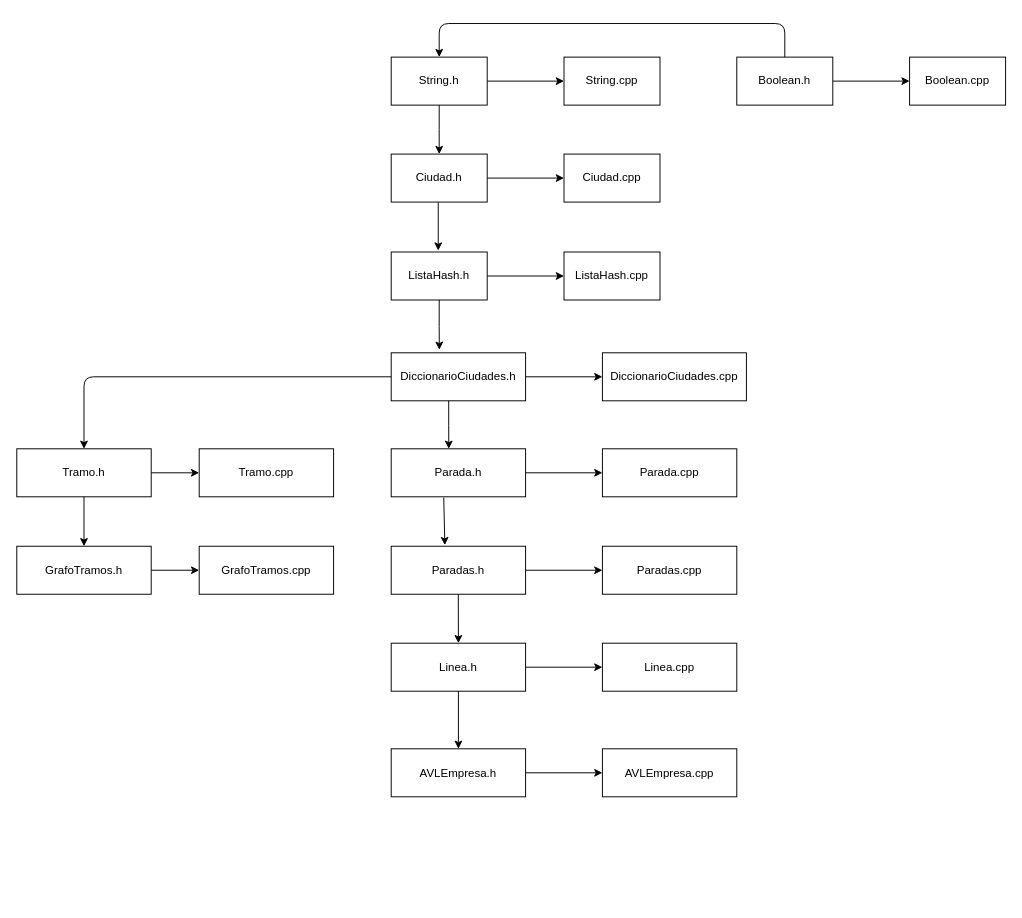
mathiaspouso18/obligatorioP3 keeps this draw.io diagram as Documentacion/Diagrama modificable.drawio. Above is the earlier version. Source tidied: cells renumbered, new cells numbered last; positions are measured from the earlier drawing's top-left corner, leaving out a move shared by most shapes. Both pictures are drawn from the tidied source at 96%, with x=0, y=0 at pixel (16, 23).
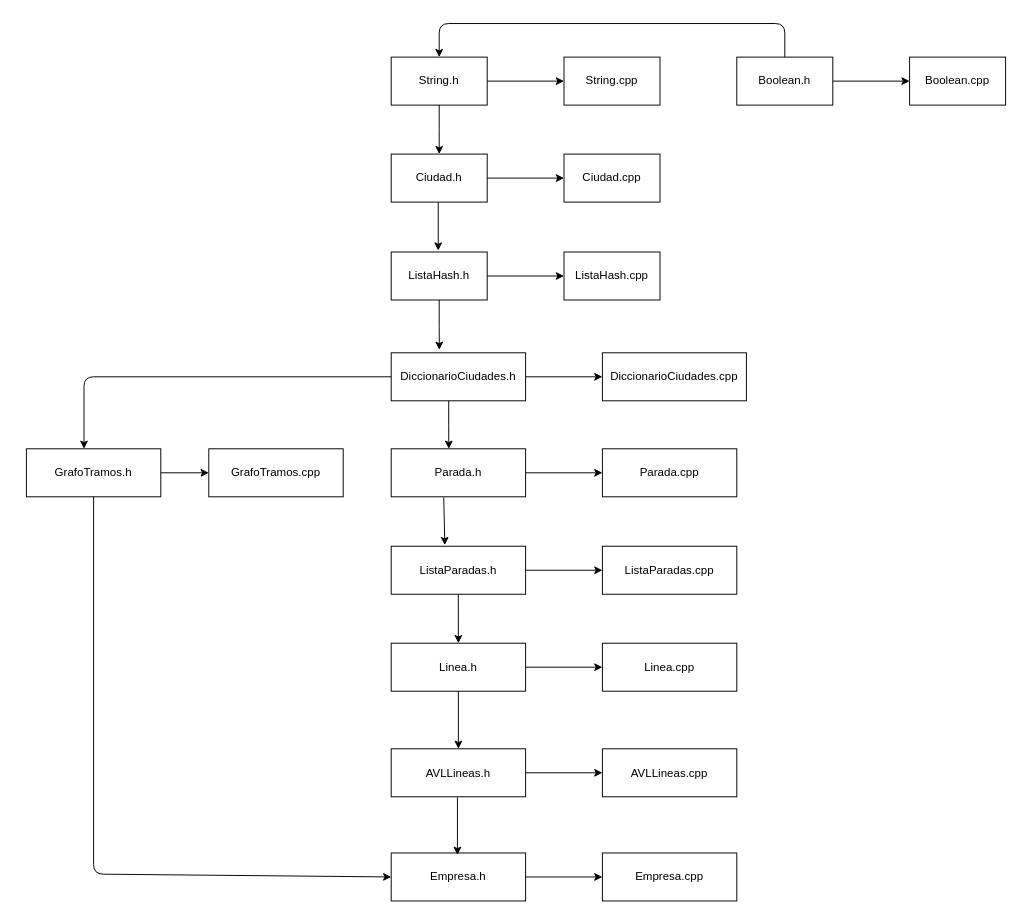
Above is the later version.

Commit message (it also covers changes not shown here):
Se modifica el diagrama

Unchanged cells that the change refers to:
```xml
<mxCell id="12" value="DiccionarioCiudades.h" style="rounded=0;whiteSpace=wrap;html=1;" parent="1" vertex="1">
  <mxGeometry x="390" y="343" width="140" height="50" as="geometry" />
</mxCell>
```

Diff of the diagram source:
```diff
@@
-    <mxCell id="18" value="Paradas.h" style="rounded=0;whiteSpace=wrap;html=1;" parent="1" vertex="1">
+    <mxCell id="18" value="ListaParadas.h" style="rounded=0;whiteSpace=wrap;html=1;" parent="1" vertex="1">
       <mxGeometry x="390" y="544.5" width="140" height="50" as="geometry" />
     </mxCell>
-    <mxCell id="19" value="Paradas.cpp" style="rounded=0;whiteSpace=wrap;html=1;" parent="1" vertex="1">
+    <mxCell id="19" value="ListaParadas.cpp" style="rounded=0;whiteSpace=wrap;html=1;" parent="1" vertex="1">
       <mxGeometry x="610" y="544.5" width="140" height="50" as="geometry" />
     </mxCell>
@@
-    <mxCell id="24" value="AVLEmpresa.h" style="rounded=0;whiteSpace=wrap;html=1;" parent="1" vertex="1">
+    <mxCell id="24" value="AVLLineas.h" style="rounded=0;whiteSpace=wrap;html=1;" parent="1" vertex="1">
       <mxGeometry x="390" y="755.5" width="140" height="50" as="geometry" />
     </mxCell>
-    <mxCell id="25" value="AVLEmpresa.cpp" style="rounded=0;whiteSpace=wrap;html=1;" parent="1" vertex="1">
+    <mxCell id="25" value="AVLLineas.cpp" style="rounded=0;whiteSpace=wrap;html=1;" parent="1" vertex="1">
       <mxGeometry x="610" y="755.5" width="140" height="50" as="geometry" />
     </mxCell>
-    <mxCell id="26" style="edgeStyle=orthogonalEdgeStyle;rounded=0;jettySize=auto;html=1;" parent="1" edge="1" source="27" target="28">
-      <mxGeometry relative="1" as="geometry" />
-    </mxCell>
-    <mxCell id="27" value="Tramo.h" style="rounded=0;whiteSpace=wrap;html=1;" parent="1" vertex="1">
-      <mxGeometry y="443" width="140" height="50" as="geometry" />
-    </mxCell>
-    <mxCell id="28" value="Tramo.cpp" style="rounded=0;whiteSpace=wrap;html=1;" parent="1" vertex="1">
-      <mxGeometry x="190" y="443" width="140" height="50" as="geometry" />
-    </mxCell>
@@
     <mxCell id="30" value="GrafoTramos.h" style="rounded=0;whiteSpace=wrap;html=1;" parent="1" vertex="1">
-      <mxGeometry y="544.5" width="140" height="50" as="geometry" />
+      <mxGeometry x="10" y="443" width="140" height="50" as="geometry" />
     </mxCell>
     <mxCell id="31" value="GrafoTramos.cpp" style="rounded=0;whiteSpace=wrap;html=1;" parent="1" vertex="1">
-      <mxGeometry x="190" y="544.5" width="140" height="50" as="geometry" />
+      <mxGeometry x="200" y="443" width="140" height="50" as="geometry" />
     </mxCell>
@@
-    <mxCell id="39" style="endArrow=classic;html=1;exitX=0;exitY=0.5;exitDx=0;exitDy=0;entryX=0.5;entryY=0;entryDx=0;entryDy=0;" parent="1" edge="1" source="12" target="27">
+    <mxCell id="39" style="endArrow=classic;html=1;exitX=0;exitY=0.5;exitDx=0;exitDy=0;entryX=0.5;entryY=0;entryDx=0;entryDy=0;" parent="1" edge="1" source="12">
       <mxGeometry relative="1" as="geometry">
+        <mxPoint x="70" y="443" as="targetPoint" />
         <Array as="points">
           <mxPoint x="70" y="368" />
         </Array>
       </mxGeometry>
     </mxCell>
-    <mxCell id="40" style="endArrow=classic;html=1;exitX=0.5;exitY=1;exitDx=0;exitDy=0;entryX=0.5;entryY=0;entryDx=0;entryDy=0;" parent="1" edge="1" source="27" target="30">
-      <mxGeometry relative="1" as="geometry" />
-    </mxCell>
@@
+    <mxCell id="45" style="edgeStyle=orthogonalEdgeStyle;rounded=0;jettySize=auto;html=1;" parent="1" edge="1" source="46" target="47">
+      <mxGeometry relative="1" as="geometry" />
+    </mxCell>
+    <mxCell id="46" value="Empresa.h" style="rounded=0;whiteSpace=wrap;html=1;" parent="1" vertex="1">
+      <mxGeometry x="390" y="864" width="140" height="50" as="geometry" />
+    </mxCell>
+    <mxCell id="47" value="Empresa.cpp" style="rounded=0;whiteSpace=wrap;html=1;" parent="1" vertex="1">
+      <mxGeometry x="610" y="864" width="140" height="50" as="geometry" />
+    </mxCell>
+    <mxCell id="48" style="endArrow=classic;html=1;entryX=0.5;entryY=0;entryDx=0;entryDy=0;" parent="1" edge="1">
+      <mxGeometry relative="1" as="geometry">
+        <mxPoint x="459" y="806" as="sourcePoint" />
+        <mxPoint x="459" y="866" as="targetPoint" />
+      </mxGeometry>
+    </mxCell>
+    <mxCell id="49" style="endArrow=classic;html=1;exitX=0.5;exitY=1;exitDx=0;exitDy=0;entryX=0;entryY=0.5;entryDx=0;entryDy=0;" parent="1" edge="1" source="30" target="46">
+      <mxGeometry relative="1" as="geometry">
+        <Array as="points">
+          <mxPoint x="80" y="886" />
+        </Array>
+      </mxGeometry>
+    </mxCell>
```
